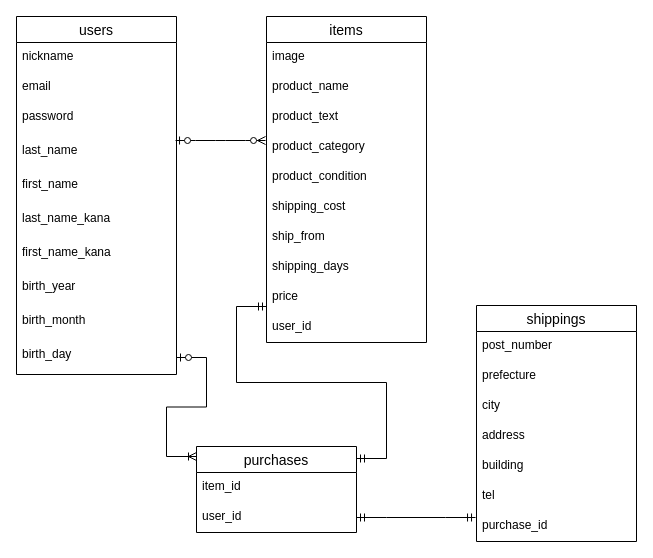
This is .dio from SaLily69/furima-37580, a draw.io file, before an edit. Source tidied: cells renumbered, new cells numbered last; positions are measured from the earlier drawing's top-left corner, leaving out a move shared by most shapes. Both pictures are drawn from the tidied source at 100%, with x=0, y=0 at pixel (16, 16).
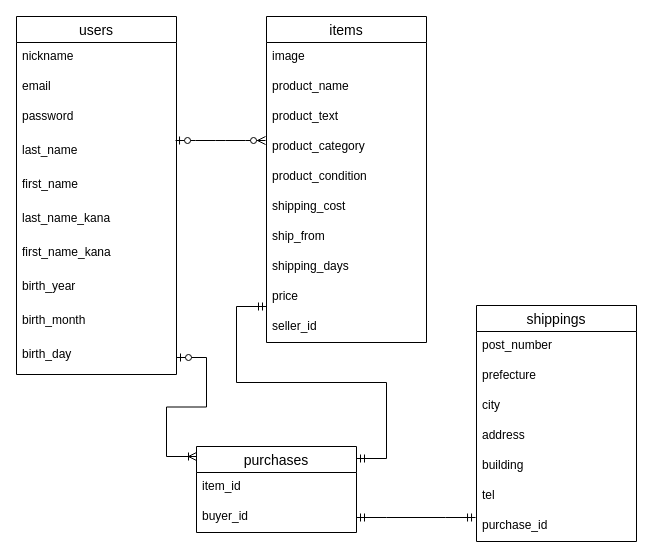
Above is the later version.

Unchanged cells that the change refers to:
```xml
<mxCell id="13" value="items" style="swimlane;fontStyle=0;horizontal=1;startSize=26;align=center;fontSize=14;" parent="1" vertex="1">
  <mxGeometry x="250" width="160" height="326" as="geometry" />
</mxCell>
<mxCell id="24" value="purchases" style="swimlane;fontStyle=0;horizontal=1;startSize=26;align=center;fontSize=14;" parent="1" vertex="1">
  <mxGeometry x="180" y="430" width="160" height="86" as="geometry" />
</mxCell>
```

Diff of the diagram source:
```diff
@@
-    <mxCell id="23" value="user_id" style="text;strokeColor=none;fillColor=none;spacingLeft=4;spacingRight=4;overflow=hidden;fontSize=12;" parent="13" vertex="1">
+    <mxCell id="23" value="seller_id" style="text;strokeColor=none;fillColor=none;spacingLeft=4;spacingRight=4;overflow=hidden;fontSize=12;" parent="13" vertex="1">
       <mxGeometry y="296" width="160" height="30" as="geometry" />
     </mxCell>
@@
-    <mxCell id="26" value="user_id" style="text;strokeColor=none;fillColor=none;spacingLeft=4;spacingRight=4;overflow=hidden;points=[[0,0.5],[1,0.5]];portConstraint=eastwest;fontSize=12;" parent="24" vertex="1">
+    <mxCell id="26" value="buyer_id" style="text;strokeColor=none;fillColor=none;spacingLeft=4;spacingRight=4;overflow=hidden;points=[[0,0.5],[1,0.5]];portConstraint=eastwest;fontSize=12;" parent="24" vertex="1">
       <mxGeometry y="56" width="160" height="30" as="geometry" />
     </mxCell>
```
